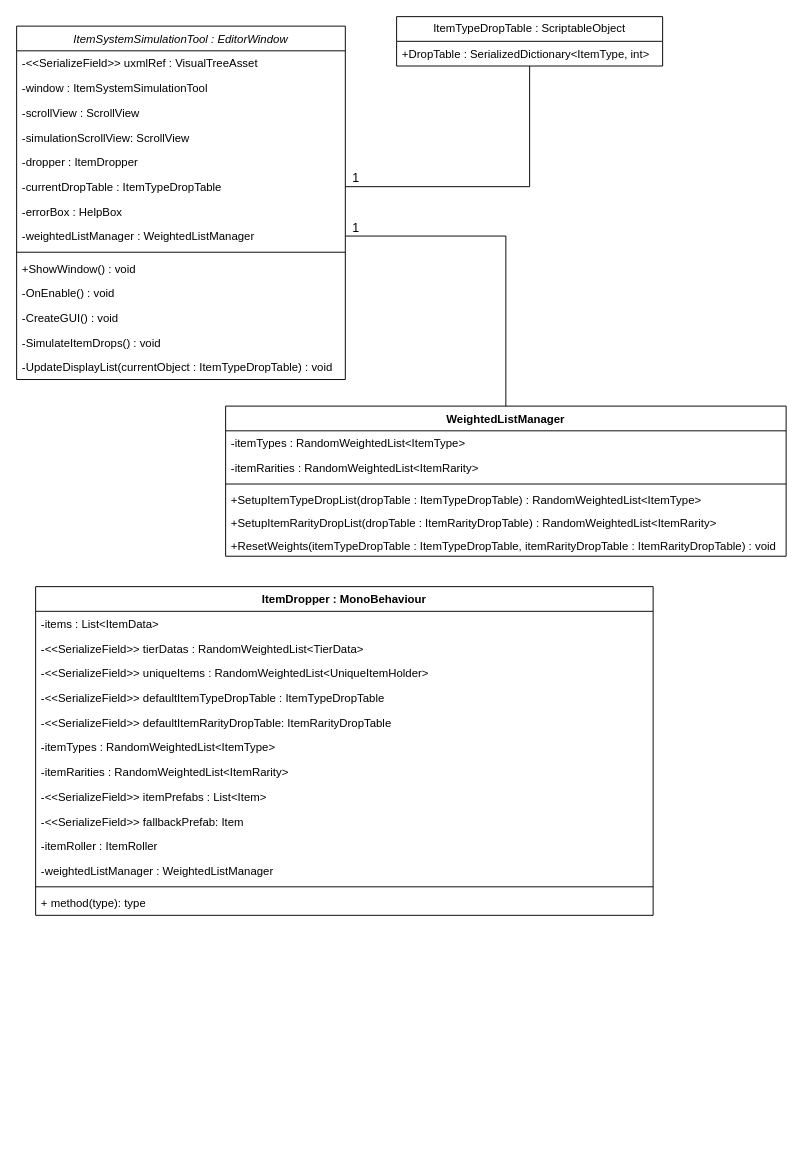
RDMJoker/LL_Semester2_Project keeps this draw.io diagram as EngineToolUML.drawio. Above is the earlier version. Source tidied: cells renumbered, new cells numbered last; positions are measured from the earlier drawing's top-left corner, leaving out a move shared by most shapes. Both pictures are drawn from the tidied source at 95%, with x=0, y=0 at pixel (16, 16).
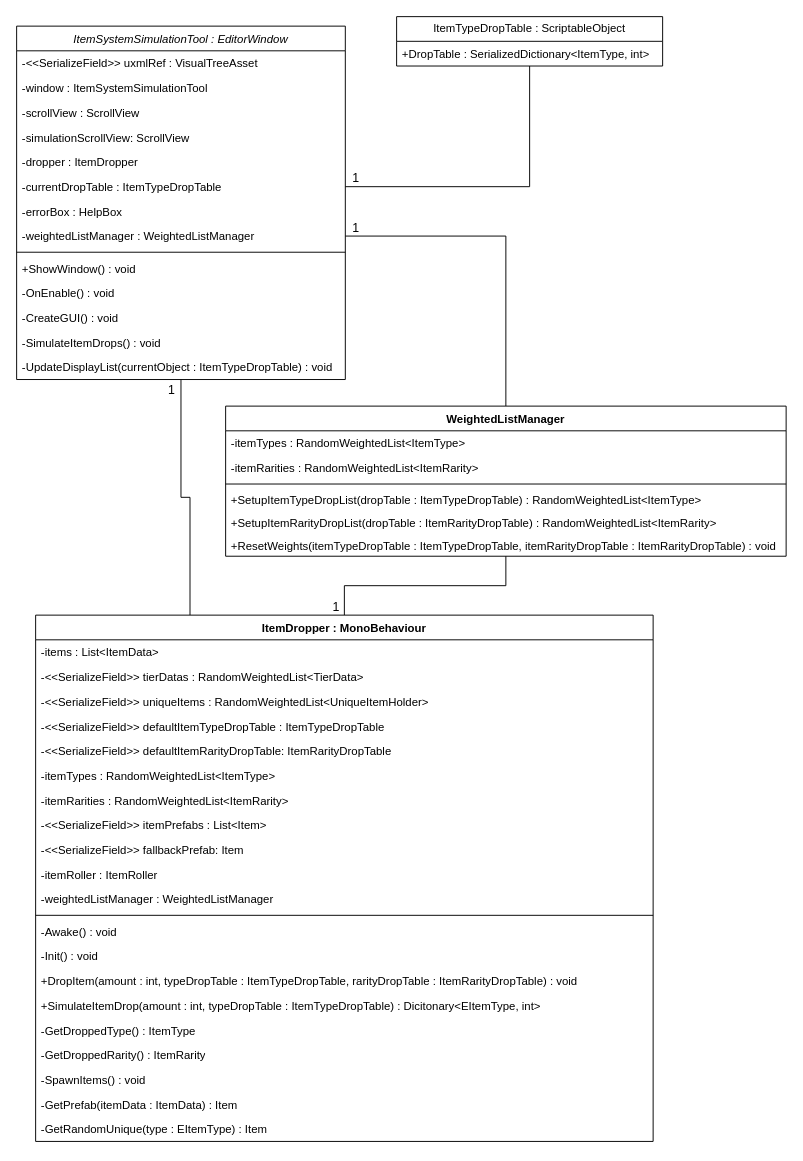
Above is the later version.

Unchanged cells that the change refers to:
```xml
<mxCell id="2" value="ItemSystemSimulationTool : EditorWindow" style="swimlane;fontStyle=2;align=center;verticalAlign=top;horizontal=1;startSize=26;rounded=0;shadow=0;strokeWidth=1;" parent="1" vertex="1">
  <mxGeometry y="10" width="346" height="372" as="geometry" />
</mxCell>
<mxCell id="23" value="WeightedListManager" style="swimlane;fontStyle=1;align=center;verticalAlign=top;horizontal=1;startSize=26;whiteSpace=wrap;html=1;" parent="1" vertex="1">
  <mxGeometry x="220" y="410" width="590" height="158" as="geometry" />
</mxCell>
```

What changed in the source:
```diff
@@
+    <mxCell id="44" style="edgeStyle=orthogonalEdgeStyle;rounded=0;jettySize=auto;html=1;entryX=0.25;entryY=0;entryDx=0;entryDy=0;endArrow=none;endFill=0;" parent="1" edge="1" source="2" target="30">
+      <mxGeometry relative="1" as="geometry" />
+    </mxCell>
+    <mxCell id="45" value="1" style="edgeLabel;html=1;align=center;verticalAlign=middle;fontSize=13;" parent="44" vertex="1">
+      <mxGeometry x="-1" y="-1" relative="1" as="geometry">
+        <mxPoint x="-10" y="10" as="offset" />
+      </mxGeometry>
+    </mxCell>
@@
+    <mxCell id="46" style="edgeStyle=orthogonalEdgeStyle;rounded=0;jettySize=auto;html=1;endArrow=none;endFill=0;" parent="1" edge="1" source="30" target="23">
+      <mxGeometry relative="1" as="geometry" />
+    </mxCell>
+    <mxCell id="47" value="1" style="edgeLabel;html=1;align=center;verticalAlign=middle;fontSize=13;" parent="46" vertex="1">
+      <mxGeometry x="-1" relative="1" as="geometry">
+        <mxPoint x="-10" y="-10" as="offset" />
+      </mxGeometry>
+    </mxCell>
     <mxCell id="30" value="ItemDropper : MonoBehaviour" style="swimlane;fontStyle=1;align=center;verticalAlign=top;horizontal=1;startSize=26;whiteSpace=wrap;html=1;" parent="1" vertex="1">
-      <mxGeometry x="20" y="600" width="650" height="346" as="geometry" />
+      <mxGeometry x="20" y="630" width="650" height="554" as="geometry" />
     </mxCell>
@@
-    <mxCell id="43" value="+ method(type): type" style="text;strokeColor=none;fillColor=none;align=left;verticalAlign=top;spacingLeft=4;spacingRight=4;overflow=hidden;whiteSpace=wrap;html=1;" parent="30" vertex="1">
+    <mxCell id="43" value="-Awake() : void" style="text;strokeColor=none;fillColor=none;align=left;verticalAlign=top;spacingLeft=4;spacingRight=4;overflow=hidden;whiteSpace=wrap;html=1;" parent="30" vertex="1">
       <mxGeometry y="320" width="650" height="26" as="geometry" />
     </mxCell>
+    <mxCell id="48" value="-Init() : void" style="text;strokeColor=none;fillColor=none;align=left;verticalAlign=top;spacingLeft=4;spacingRight=4;overflow=hidden;whiteSpace=wrap;html=1;" parent="30" vertex="1">
+      <mxGeometry y="346" width="650" height="26" as="geometry" />
+    </mxCell>
+    <mxCell id="49" value="+DropItem(amount : int, typeDropTable : ItemTypeDropTable, rarityDropTable : ItemRarityDropTable) : void" style="text;strokeColor=none;fillColor=none;align=left;verticalAlign=top;spacingLeft=4;spacingRight=4;overflow=hidden;whiteSpace=wrap;html=1;" parent="30" vertex="1">
+      <mxGeometry y="372" width="650" height="26" as="geometry" />
+    </mxCell>
+    <mxCell id="50" value="+SimulateItemDrop(amount : int, typeDropTable : ItemTypeDropTable) : Dicitonary&amp;lt;EItemType, int&amp;gt;" style="text;strokeColor=none;fillColor=none;align=left;verticalAlign=top;spacingLeft=4;spacingRight=4;overflow=hidden;whiteSpace=wrap;html=1;" parent="30" vertex="1">
+      <mxGeometry y="398" width="650" height="26" as="geometry" />
+    </mxCell>
+    <mxCell id="51" value="-GetDroppedType() : ItemType" style="text;strokeColor=none;fillColor=none;align=left;verticalAlign=top;spacingLeft=4;spacingRight=4;overflow=hidden;whiteSpace=wrap;html=1;" parent="30" vertex="1">
+      <mxGeometry y="424" width="650" height="26" as="geometry" />
+    </mxCell>
+    <mxCell id="52" value="-GetDroppedRarity() : ItemRarity" style="text;strokeColor=none;fillColor=none;align=left;verticalAlign=top;spacingLeft=4;spacingRight=4;overflow=hidden;whiteSpace=wrap;html=1;" parent="30" vertex="1">
+      <mxGeometry y="450" width="650" height="26" as="geometry" />
+    </mxCell>
+    <mxCell id="53" value="-SpawnItems() : void" style="text;strokeColor=none;fillColor=none;align=left;verticalAlign=top;spacingLeft=4;spacingRight=4;overflow=hidden;whiteSpace=wrap;html=1;" parent="30" vertex="1">
+      <mxGeometry y="476" width="650" height="26" as="geometry" />
+    </mxCell>
+    <mxCell id="54" value="-GetPrefab(itemData : ItemData) : Item" style="text;strokeColor=none;fillColor=none;align=left;verticalAlign=top;spacingLeft=4;spacingRight=4;overflow=hidden;whiteSpace=wrap;html=1;" parent="30" vertex="1">
+      <mxGeometry y="502" width="650" height="26" as="geometry" />
+    </mxCell>
+    <mxCell id="55" value="-GetRandomUnique(type : EItemType) : Item" style="text;strokeColor=none;fillColor=none;align=left;verticalAlign=top;spacingLeft=4;spacingRight=4;overflow=hidden;whiteSpace=wrap;html=1;" parent="30" vertex="1">
+      <mxGeometry y="528" width="650" height="26" as="geometry" />
+    </mxCell>
```
